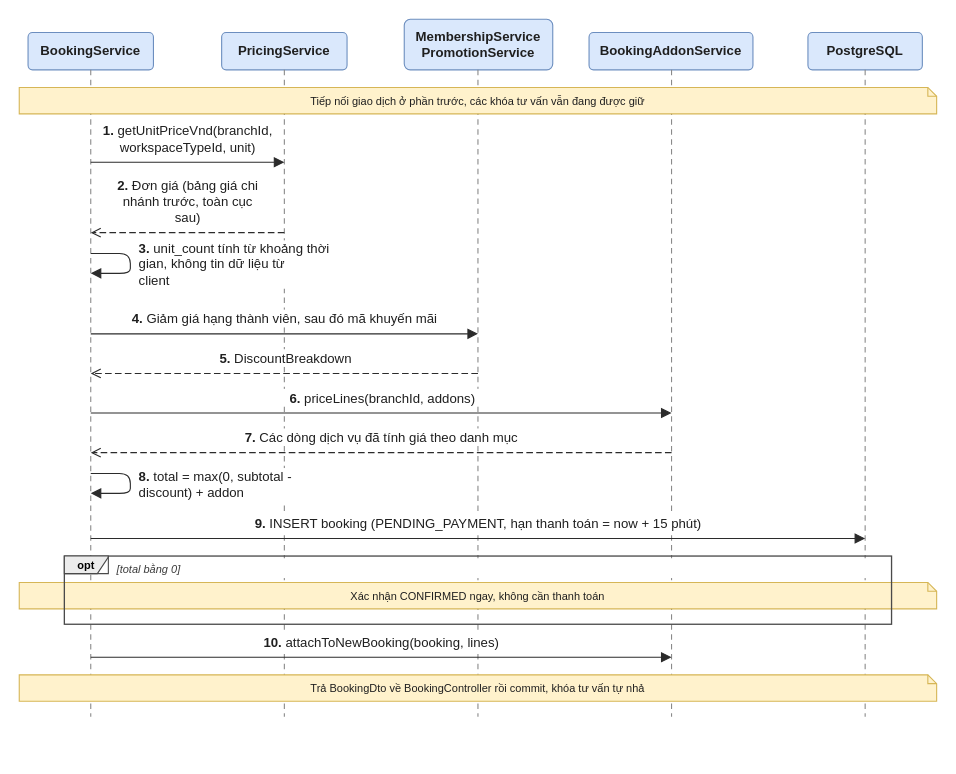
cospace-team/DATN_CoSpace keeps this draw.io diagram as page "Tạo đơn đặt chỗ (2/2) - tính giá và lưu đơn" (4 of 14) of report/DATN/Images/Chuong6/cospace-sequence.drawio. Above is the earlier version. Source tidied: cells renumbered, new cells numbered last; positions are measured from the earlier drawing's top-left corner, leaving out a move shared by most shapes. Both pictures are drawn from the tidied source at 110%, with x=0, y=0 at pixel (19, 19).
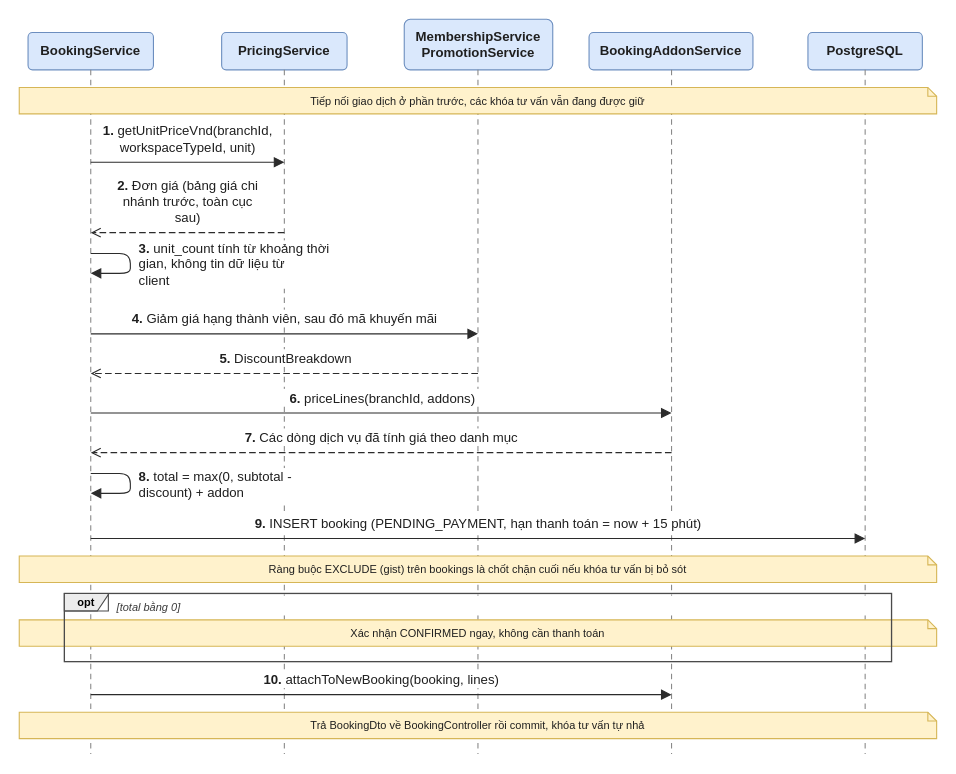
The same page after the edit.

The edit, as a diff of the source:
```diff
@@
-    <mxCell id="2" value="BookingService" style="rounded=1;whiteSpace=wrap;html=1;fontSize=12;fontStyle=1;fillColor=#dae8fc;strokeColor=#6c8ebf;fontColor=#1f1f1f;arcSize=12;" parent="1" vertex="1">
-      <mxGeometry x="8" y="12" width="114" height="34" as="geometry" />
-    </mxCell>
-    <mxCell id="3" style="endArrow=none;dashed=1;dashPattern=5 4;html=1;strokeColor=#8a8a8a;strokeWidth=1;" parent="1" edge="1">
-      <mxGeometry relative="1" as="geometry">
-        <mxPoint x="65" y="46" as="sourcePoint" />
-        <mxPoint x="65" y="634" as="targetPoint" />
-      </mxGeometry>
-    </mxCell>
+    <mxCell id="38" value="BookingService" style="rounded=1;whiteSpace=wrap;html=1;fontSize=12;fontStyle=1;fillColor=#dae8fc;strokeColor=#6c8ebf;fontColor=#1f1f1f;arcSize=12;" parent="1" vertex="1">
+      <mxGeometry x="8" y="12" width="114" height="34" as="geometry" />
+    </mxCell>
+    <mxCell id="39" style="endArrow=none;dashed=1;dashPattern=5 4;html=1;strokeColor=#8a8a8a;strokeWidth=1;" parent="1" edge="1">
+      <mxGeometry relative="1" as="geometry">
+        <mxPoint x="65" y="46" as="sourcePoint" />
+        <mxPoint x="65" y="668" as="targetPoint" />
+      </mxGeometry>
+    </mxCell>
@@
-    <mxCell id="5" style="endArrow=none;dashed=1;dashPattern=5 4;html=1;strokeColor=#8a8a8a;strokeWidth=1;" parent="1" edge="1">
-      <mxGeometry relative="1" as="geometry">
-        <mxPoint x="241" y="46" as="sourcePoint" />
-        <mxPoint x="241" y="634" as="targetPoint" />
-      </mxGeometry>
-    </mxCell>
+    <mxCell id="40" style="endArrow=none;dashed=1;dashPattern=5 4;html=1;strokeColor=#8a8a8a;strokeWidth=1;" parent="1" edge="1">
+      <mxGeometry relative="1" as="geometry">
+        <mxPoint x="241" y="46" as="sourcePoint" />
+        <mxPoint x="241" y="668" as="targetPoint" />
+      </mxGeometry>
+    </mxCell>
@@
-    <mxCell id="7" style="endArrow=none;dashed=1;dashPattern=5 4;html=1;strokeColor=#8a8a8a;strokeWidth=1;" parent="1" edge="1">
-      <mxGeometry relative="1" as="geometry">
-        <mxPoint x="417" y="46" as="sourcePoint" />
-        <mxPoint x="417" y="634" as="targetPoint" />
-      </mxGeometry>
-    </mxCell>
+    <mxCell id="41" style="endArrow=none;dashed=1;dashPattern=5 4;html=1;strokeColor=#8a8a8a;strokeWidth=1;" parent="1" edge="1">
+      <mxGeometry relative="1" as="geometry">
+        <mxPoint x="417" y="46" as="sourcePoint" />
+        <mxPoint x="417" y="668" as="targetPoint" />
+      </mxGeometry>
+    </mxCell>
@@
-    <mxCell id="9" style="endArrow=none;dashed=1;dashPattern=5 4;html=1;strokeColor=#8a8a8a;strokeWidth=1;" parent="1" edge="1">
-      <mxGeometry relative="1" as="geometry">
-        <mxPoint x="593" y="46" as="sourcePoint" />
-        <mxPoint x="593" y="634" as="targetPoint" />
-      </mxGeometry>
-    </mxCell>
+    <mxCell id="42" style="endArrow=none;dashed=1;dashPattern=5 4;html=1;strokeColor=#8a8a8a;strokeWidth=1;" parent="1" edge="1">
+      <mxGeometry relative="1" as="geometry">
+        <mxPoint x="593" y="46" as="sourcePoint" />
+        <mxPoint x="593" y="668" as="targetPoint" />
+      </mxGeometry>
+    </mxCell>
@@
-    <mxCell id="11" style="endArrow=none;dashed=1;dashPattern=5 4;html=1;strokeColor=#8a8a8a;strokeWidth=1;" parent="1" edge="1">
-      <mxGeometry relative="1" as="geometry">
-        <mxPoint x="769" y="46" as="sourcePoint" />
-        <mxPoint x="769" y="634" as="targetPoint" />
-      </mxGeometry>
-    </mxCell>
+    <mxCell id="43" style="endArrow=none;dashed=1;dashPattern=5 4;html=1;strokeColor=#8a8a8a;strokeWidth=1;" parent="1" edge="1">
+      <mxGeometry relative="1" as="geometry">
+        <mxPoint x="769" y="46" as="sourcePoint" />
+        <mxPoint x="769" y="668" as="targetPoint" />
+      </mxGeometry>
+    </mxCell>
@@
-    <mxCell id="31" value="[total bằng 0]" style="text;html=1;align=left;verticalAlign=top;whiteSpace=wrap;fontSize=10;fontStyle=2;fillColor=#ffffff;strokeColor=none;spacing=0;spacingLeft=2;fontColor=#3a3a3a;" parent="1" vertex="1">
-      <mxGeometry x="87" y="490" width="698" height="18" as="geometry" />
+    <mxCell id="31" value="Ràng buộc EXCLUDE (gist) trên bookings là chốt chặn cuối nếu khóa tư vấn bị bỏ sót" style="shape=note;size=8;whiteSpace=wrap;html=1;align=center;verticalAlign=middle;fontSize=10;fillColor=#fff2cc;strokeColor=#d6b656;fontColor=#1f1f1f;spacing=3;" parent="1" vertex="1">
+      <mxGeometry y="488" width="834" height="24" as="geometry" />
     </mxCell>
-    <mxCell id="32" value="Xác nhận CONFIRMED ngay, không cần thanh toán" style="shape=note;size=8;whiteSpace=wrap;html=1;align=center;verticalAlign=middle;fontSize=10;fillColor=#fff2cc;strokeColor=#d6b656;fontColor=#1f1f1f;spacing=3;" parent="1" vertex="1">
-      <mxGeometry y="512" width="834" height="24" as="geometry" />
+    <mxCell id="32" value="[total bằng 0]" style="text;html=1;align=left;verticalAlign=top;whiteSpace=wrap;fontSize=10;fontStyle=2;fillColor=#ffffff;strokeColor=none;spacing=0;spacingLeft=2;fontColor=#3a3a3a;" parent="1" vertex="1">
+      <mxGeometry x="87" y="524" width="698" height="18" as="geometry" />
     </mxCell>
-    <mxCell id="33" style="rounded=0;html=1;fillColor=none;strokeColor=#4a4a4a;strokeWidth=1.2;dashed=0;" parent="1" vertex="1">
-      <mxGeometry x="41" y="488" width="752" height="62" as="geometry" />
+    <mxCell id="33" value="Xác nhận CONFIRMED ngay, không cần thanh toán" style="shape=note;size=8;whiteSpace=wrap;html=1;align=center;verticalAlign=middle;fontSize=10;fillColor=#fff2cc;strokeColor=#d6b656;fontColor=#1f1f1f;spacing=3;" parent="1" vertex="1">
+      <mxGeometry y="546" width="834" height="24" as="geometry" />
     </mxCell>
-    <mxCell id="34" value="opt" style="shape=umlFrame;whiteSpace=wrap;html=1;fontSize=10;fontStyle=1;width=40;height=16;fillColor=#ececec;strokeColor=#4a4a4a;boundedLbl=1;" parent="1" vertex="1">
-      <mxGeometry x="41" y="488" width="40" height="16" as="geometry" />
+    <mxCell id="34" style="rounded=0;html=1;fillColor=none;strokeColor=#4a4a4a;strokeWidth=1.2;dashed=0;" parent="1" vertex="1">
+      <mxGeometry x="41" y="522" width="752" height="62" as="geometry" />
     </mxCell>
-    <mxCell id="35" value="&lt;b&gt;10. &lt;/b&gt;attachToNewBooking(booking, lines)" style="text;html=1;align=center;verticalAlign=bottom;whiteSpace=nowrap;fontSize=12;fillColor=#ffffff;strokeColor=none;spacing=0;spacingLeft=2;spacingRight=2;spacingTop=0;spacingBottom=0;fontColor=#1f1f1f;overflow=visible;" parent="1" vertex="1">
-      <mxGeometry x="196" y="558" width="265" height="16" as="geometry" />
+    <mxCell id="35" value="opt" style="shape=umlFrame;whiteSpace=wrap;html=1;fontSize=10;fontStyle=1;width=40;height=16;fillColor=#ececec;strokeColor=#4a4a4a;boundedLbl=1;" parent="1" vertex="1">
+      <mxGeometry x="41" y="522" width="40" height="16" as="geometry" />
     </mxCell>
-    <mxCell id="36" style="html=1;strokeColor=#2b2b2b;strokeWidth=1;endArrow=block;endFill=1;endSize=7;" parent="1" edge="1">
-      <mxGeometry relative="1" as="geometry">
-        <mxPoint x="65" y="580" as="sourcePoint" />
-        <mxPoint x="593" y="580" as="targetPoint" />
-      </mxGeometry>
-    </mxCell>
-    <mxCell id="37" value="Trả BookingDto về BookingController rồi commit, khóa tư vấn tự nhả" style="shape=note;size=8;whiteSpace=wrap;html=1;align=center;verticalAlign=middle;fontSize=10;fillColor=#fff2cc;strokeColor=#d6b656;fontColor=#1f1f1f;spacing=3;" parent="1" vertex="1">
-      <mxGeometry y="596" width="834" height="24" as="geometry" />
-    </mxCell>
+    <mxCell id="44" value="&lt;b&gt;10. &lt;/b&gt;attachToNewBooking(booking, lines)" style="text;html=1;align=center;verticalAlign=bottom;whiteSpace=nowrap;fontSize=12;fillColor=#ffffff;strokeColor=none;spacing=0;spacingLeft=2;spacingRight=2;spacingTop=0;spacingBottom=0;fontColor=#1f1f1f;overflow=visible;" parent="1" vertex="1">
+      <mxGeometry x="196" y="592" width="265" height="16" as="geometry" />
+    </mxCell>
+    <mxCell id="45" style="html=1;strokeColor=#2b2b2b;strokeWidth=1;endArrow=block;endFill=1;endSize=7;" parent="1" edge="1">
+      <mxGeometry relative="1" as="geometry">
+        <mxPoint x="65" y="614" as="sourcePoint" />
+        <mxPoint x="593" y="614" as="targetPoint" />
+      </mxGeometry>
+    </mxCell>
+    <mxCell id="2" value="Trả BookingDto về BookingController rồi commit, khóa tư vấn tự nhả" style="shape=note;size=8;whiteSpace=wrap;html=1;align=center;verticalAlign=middle;fontSize=10;fillColor=#fff2cc;strokeColor=#d6b656;fontColor=#1f1f1f;spacing=3;" parent="1" vertex="1">
+      <mxGeometry y="630" width="834" height="24" as="geometry" />
+    </mxCell>
```
